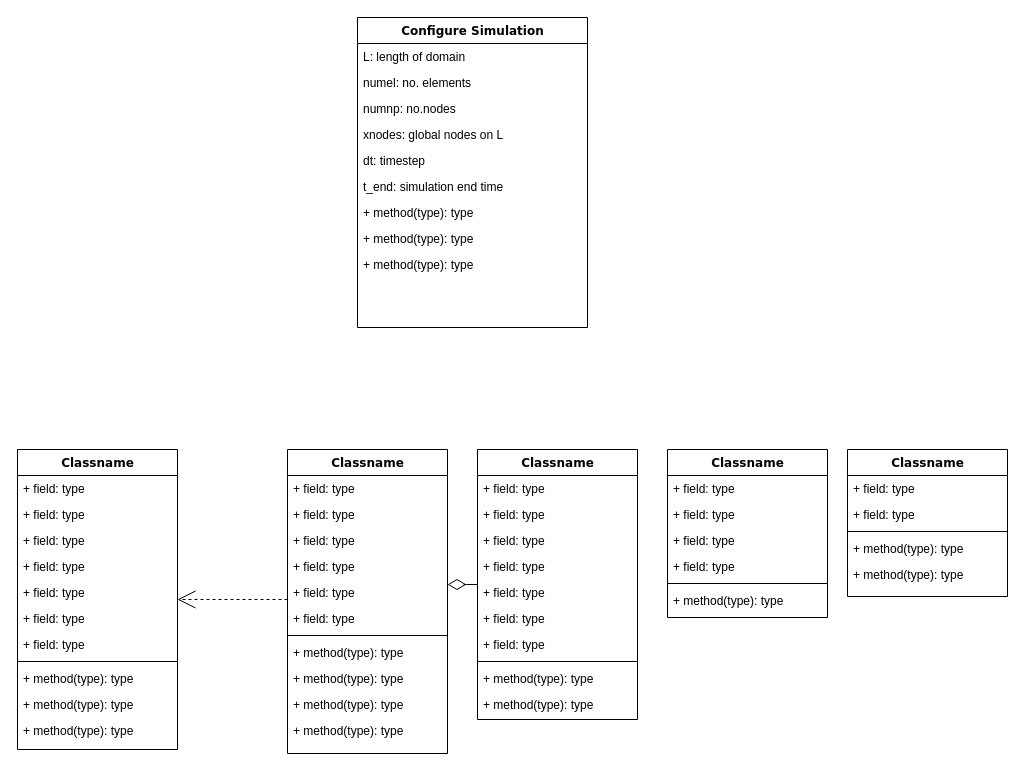
Above: Untitled Diagram.drawio in cstylianou98/fortran_compressible_NS (draw.io), before the change. Source tidied: cells renumbered, new cells numbered last; positions are measured from the earlier drawing's top-left corner, leaving out a move shared by most shapes. Both pictures are drawn from the tidied source at 100%, with x=0, y=0 at pixel (17, 17).
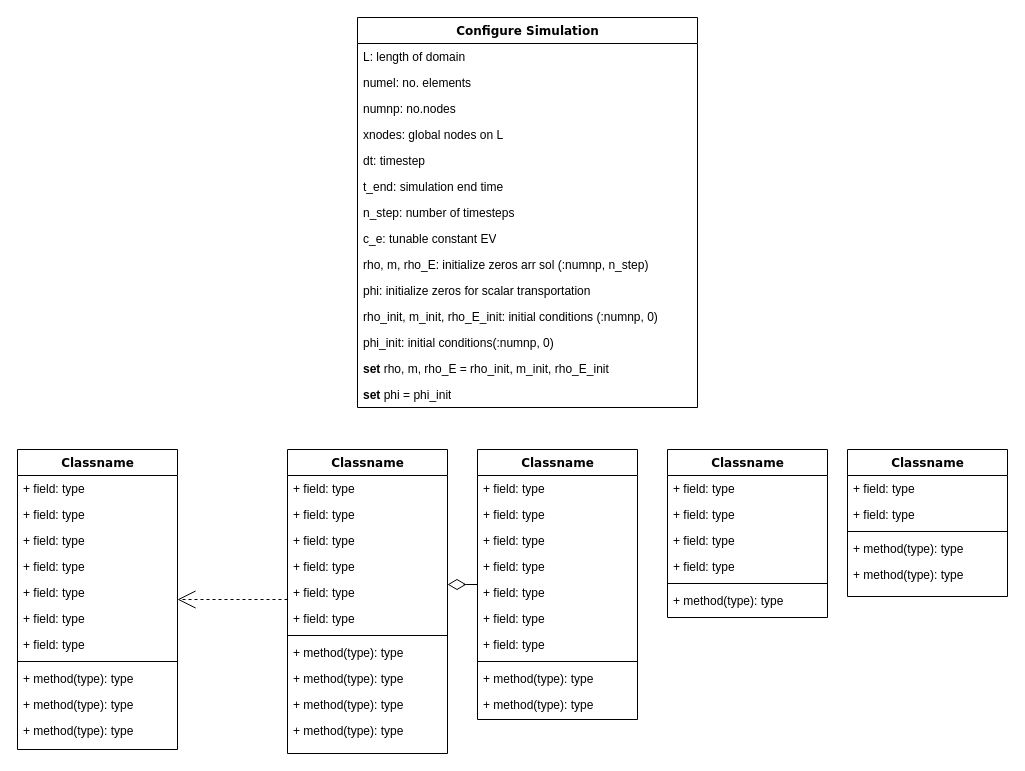
The same diagram, later.

What changed in the source:
```diff
@@
     <mxCell id="2" value="Configure Simulation" style="swimlane;html=1;fontStyle=1;align=center;verticalAlign=top;horizontal=1;startSize=26;swimlaneFillColor=#ffffff;rounded=0;shadow=0;comic=0;labelBackgroundColor=none;strokeWidth=1;fillColor=none;fontFamily=Verdana;fontSize=12;" parent="1" vertex="1">
-      <mxGeometry x="340" width="230" height="310" as="geometry" />
+      <mxGeometry x="340" width="340" height="390" as="geometry" />
     </mxCell>
     <mxCell id="3" value="L: length of domain" style="text;html=1;strokeColor=none;fillColor=none;align=left;verticalAlign=top;spacingLeft=4;spacingRight=4;whiteSpace=wrap;overflow=hidden;" parent="2" vertex="1">
-      <mxGeometry y="26" width="230" height="26" as="geometry" />
+      <mxGeometry y="26" width="340" height="26" as="geometry" />
     </mxCell>
     <mxCell id="4" value="numel: no. elements" style="text;html=1;strokeColor=none;fillColor=none;align=left;verticalAlign=top;spacingLeft=4;spacingRight=4;whiteSpace=wrap;overflow=hidden;" parent="2" vertex="1">
-      <mxGeometry y="52" width="230" height="26" as="geometry" />
+      <mxGeometry y="52" width="340" height="26" as="geometry" />
     </mxCell>
     <mxCell id="5" value="numnp: no.nodes" style="text;html=1;strokeColor=none;fillColor=none;align=left;verticalAlign=top;spacingLeft=4;spacingRight=4;whiteSpace=wrap;overflow=hidden;" parent="2" vertex="1">
-      <mxGeometry y="78" width="230" height="26" as="geometry" />
+      <mxGeometry y="78" width="340" height="26" as="geometry" />
     </mxCell>
     <mxCell id="6" value="xnodes: global nodes on L" style="text;html=1;strokeColor=none;fillColor=none;align=left;verticalAlign=top;spacingLeft=4;spacingRight=4;whiteSpace=wrap;overflow=hidden;" parent="2" vertex="1">
-      <mxGeometry y="104" width="230" height="26" as="geometry" />
+      <mxGeometry y="104" width="340" height="26" as="geometry" />
     </mxCell>
     <mxCell id="7" value="dt: timestep" style="text;html=1;strokeColor=none;fillColor=none;align=left;verticalAlign=top;spacingLeft=4;spacingRight=4;whiteSpace=wrap;overflow=hidden;" parent="2" vertex="1">
-      <mxGeometry y="130" width="230" height="26" as="geometry" />
+      <mxGeometry y="130" width="340" height="26" as="geometry" />
     </mxCell>
     <mxCell id="8" value="t_end: simulation end time" style="text;html=1;strokeColor=none;fillColor=none;align=left;verticalAlign=top;spacingLeft=4;spacingRight=4;whiteSpace=wrap;overflow=hidden;" parent="2" vertex="1">
-      <mxGeometry y="156" width="230" height="26" as="geometry" />
+      <mxGeometry y="156" width="340" height="26" as="geometry" />
     </mxCell>
-    <mxCell id="9" value="+ method(type): type" style="text;html=1;strokeColor=none;fillColor=none;align=left;verticalAlign=top;spacingLeft=4;spacingRight=4;whiteSpace=wrap;overflow=hidden;" parent="2" vertex="1">
-      <mxGeometry y="182" width="230" height="26" as="geometry" />
+    <mxCell id="9" value="n_step: number of timesteps" style="text;html=1;strokeColor=none;fillColor=none;align=left;verticalAlign=top;spacingLeft=4;spacingRight=4;whiteSpace=wrap;overflow=hidden;" parent="2" vertex="1">
+      <mxGeometry y="182" width="340" height="26" as="geometry" />
     </mxCell>
-    <mxCell id="10" value="+ method(type): type" style="text;html=1;strokeColor=none;fillColor=none;align=left;verticalAlign=top;spacingLeft=4;spacingRight=4;whiteSpace=wrap;overflow=hidden;" parent="2" vertex="1">
-      <mxGeometry y="208" width="230" height="26" as="geometry" />
+    <mxCell id="10" value="c_e: tunable constant EV" style="text;html=1;strokeColor=none;fillColor=none;align=left;verticalAlign=top;spacingLeft=4;spacingRight=4;whiteSpace=wrap;overflow=hidden;" parent="2" vertex="1">
+      <mxGeometry y="208" width="340" height="26" as="geometry" />
     </mxCell>
-    <mxCell id="11" value="+ method(type): type" style="text;html=1;strokeColor=none;fillColor=none;align=left;verticalAlign=top;spacingLeft=4;spacingRight=4;whiteSpace=wrap;overflow=hidden;" parent="2" vertex="1">
-      <mxGeometry y="234" width="230" height="26" as="geometry" />
+    <mxCell id="11" value="rho, m, rho_E: initialize zeros arr sol (:numnp, n_step)" style="text;html=1;strokeColor=none;fillColor=none;align=left;verticalAlign=top;spacingLeft=4;spacingRight=4;whiteSpace=wrap;overflow=hidden;" parent="2" vertex="1">
+      <mxGeometry y="234" width="340" height="26" as="geometry" />
     </mxCell>
+    <mxCell id="62" value="phi: initialize zeros for scalar transportation" style="text;html=1;strokeColor=none;fillColor=none;align=left;verticalAlign=top;spacingLeft=4;spacingRight=4;whiteSpace=wrap;overflow=hidden;" parent="2" vertex="1">
+      <mxGeometry y="260" width="340" height="26" as="geometry" />
+    </mxCell>
+    <mxCell id="63" value="rho_init, m_init, rho_E_init: initial conditions (:numnp, 0)" style="text;html=1;strokeColor=none;fillColor=none;align=left;verticalAlign=top;spacingLeft=4;spacingRight=4;whiteSpace=wrap;overflow=hidden;" parent="2" vertex="1">
+      <mxGeometry y="286" width="340" height="26" as="geometry" />
+    </mxCell>
+    <mxCell id="64" value="phi_init: initial conditions(:numnp, 0)" style="text;html=1;strokeColor=none;fillColor=none;align=left;verticalAlign=top;spacingLeft=4;spacingRight=4;whiteSpace=wrap;overflow=hidden;" parent="2" vertex="1">
+      <mxGeometry y="312" width="340" height="26" as="geometry" />
+    </mxCell>
+    <mxCell id="65" value="&lt;b&gt;set &lt;/b&gt;rho, m, rho_E = rho_init, m_init, rho_E_init" style="text;html=1;strokeColor=none;fillColor=none;align=left;verticalAlign=top;spacingLeft=4;spacingRight=4;whiteSpace=wrap;overflow=hidden;" parent="2" vertex="1">
+      <mxGeometry y="338" width="340" height="26" as="geometry" />
+    </mxCell>
+    <mxCell id="66" value="&lt;b&gt;set &lt;/b&gt;phi&amp;nbsp;= phi_init" style="text;html=1;strokeColor=none;fillColor=none;align=left;verticalAlign=top;spacingLeft=4;spacingRight=4;whiteSpace=wrap;overflow=hidden;" parent="2" vertex="1">
+      <mxGeometry y="364" width="340" height="26" as="geometry" />
+    </mxCell>
```
